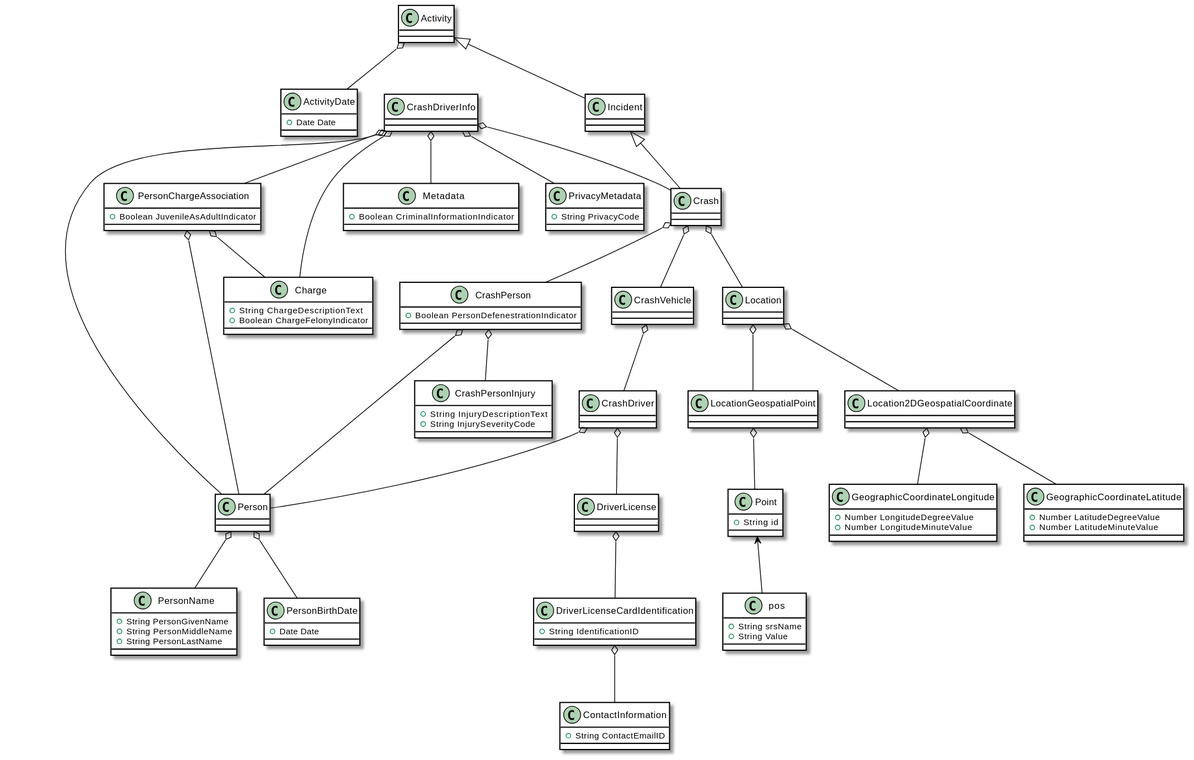
Above: Class Diagram/CrashDriverClassDiagram-NIEM_PlantUML.svg in NIEM/NIEM-Training (PlantUML), before the change.
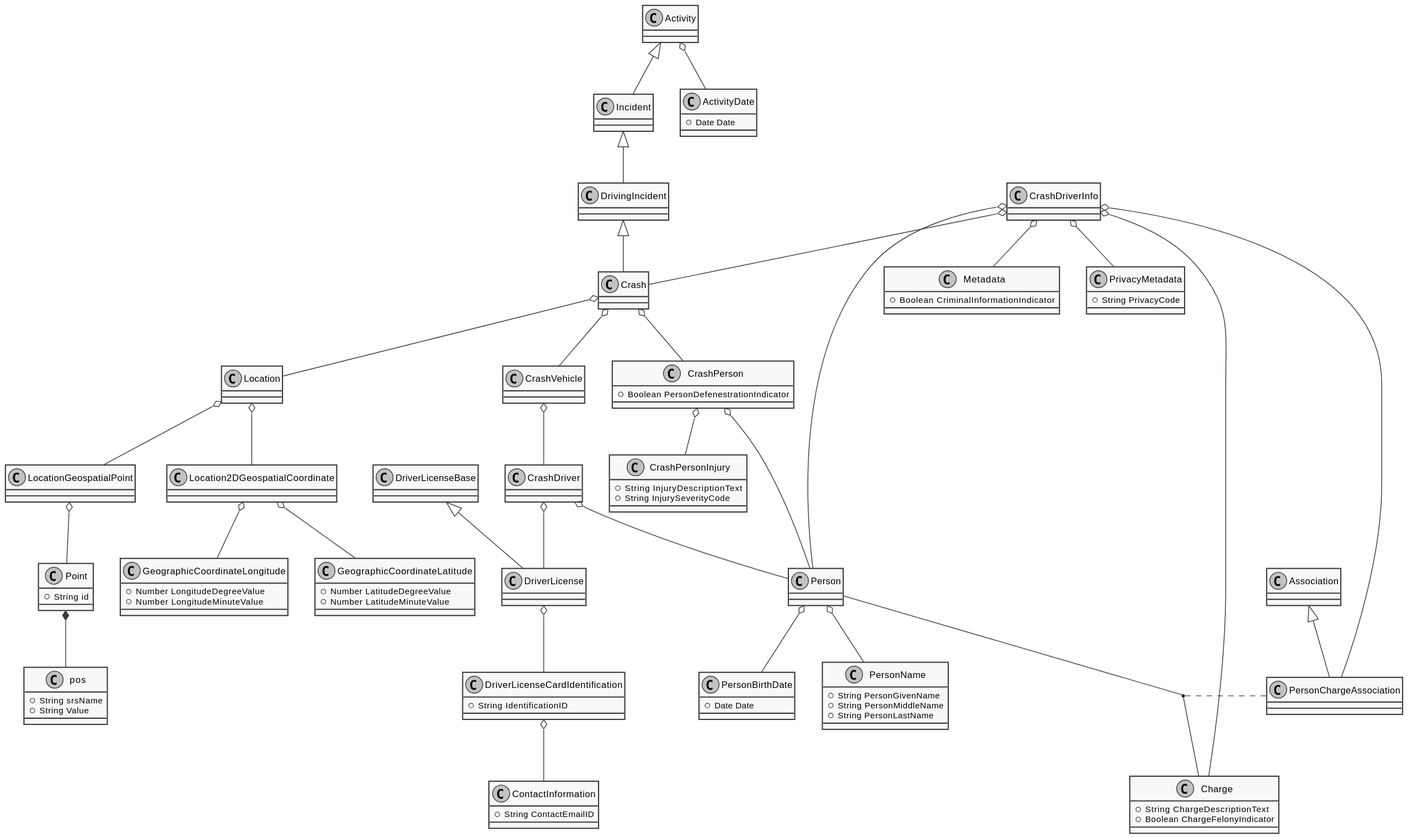
After the commit.

The edit, as a diff of the source:
```diff
@@ -1,11 +1,10 @@
 @startuml
 
-	skinparam class {
-		TextColor Red
-		BackgroundColor White
-		ArrowColor Black
-		BorderColor Black
-	}
+skinparam shadowing false
+skinparam monochrome true
+skinparam backgroundColor transparent
+
+
 
 	class CrashDriverInfo{
 	}
@@ -34,11 +33,13 @@
 		+Date Date
 	}
 
+	class Association{
+	}
 	class PersonChargeAssociation{
-		+Boolean JuvenileAsAdultIndicator
 	}
-	PersonChargeAssociation o-- Person
-	PersonChargeAssociation o-- Charge
+	(Person, Charge) .. PersonChargeAssociation
+	Association <|-- PersonChargeAssociation
+
 
 	class Charge{
 		+String ChargeDescriptionText
@@ -54,7 +55,8 @@
 	}
 
 	Activity <|-- Incident
-	Incident <|-- Crash
+	Incident <|-- DrivingIncident
+	DrivingIncident <|-- Crash
 
 	Activity o-- ActivityDate
 
@@ -93,8 +95,11 @@
 		+Date Date
 	}
 
+	class DriverLicenseBase{
+	}
 	class DriverLicense{
 	}
+	DriverLicenseBase <|-- DriverLicense
 
 	class DriverLicenseCardIdentification{
 		+String IdentificationID
@@ -112,7 +117,7 @@
 
 	Location o-- LocationGeospatialPoint
 	LocationGeospatialPoint o-- Point
-	Point <-- pos
+	Point *-- pos
 
 	class Location{
 
```
